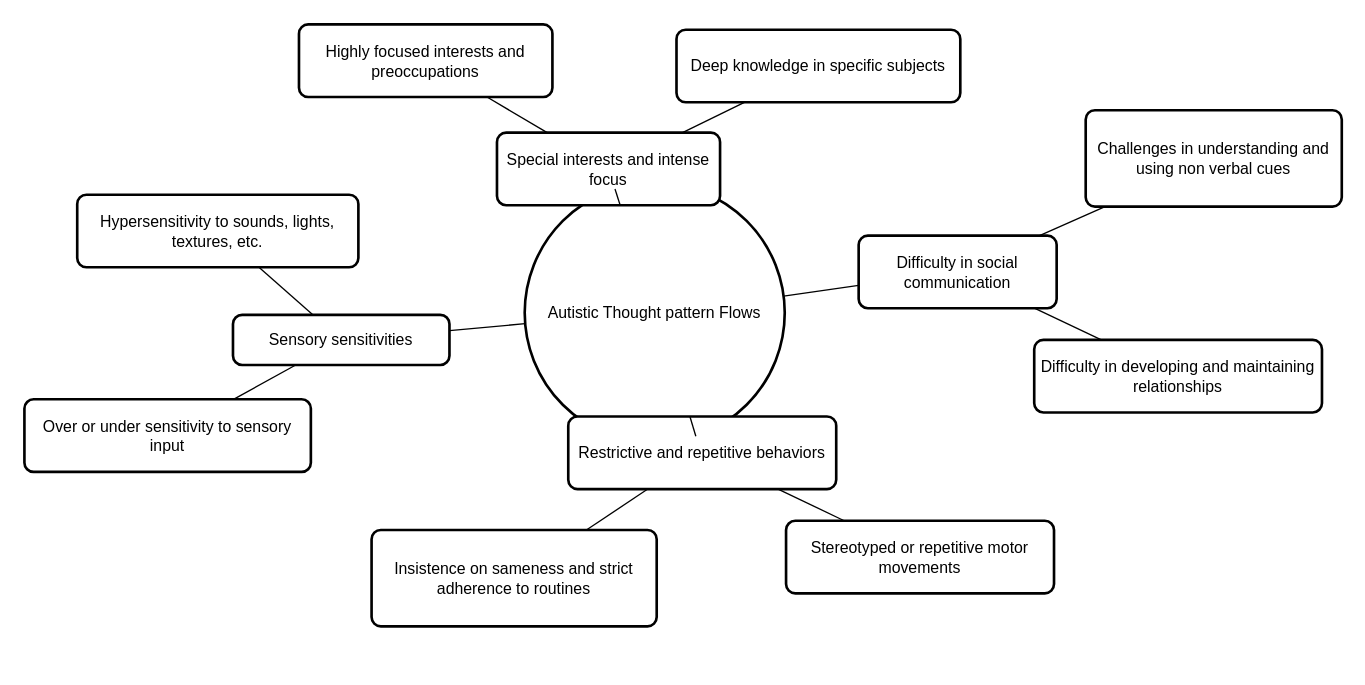
James-Tye/james-tye keeps this draw.io diagram as AutisticThoughts.drawio. Above is the earlier version. Source tidied: cells renumbered, new cells numbered last; positions are measured from the earlier drawing's top-left corner, leaving out a move shared by most shapes. Both pictures are drawn from the tidied source at 132%, with x=0, y=0 at pixel (24, 24).
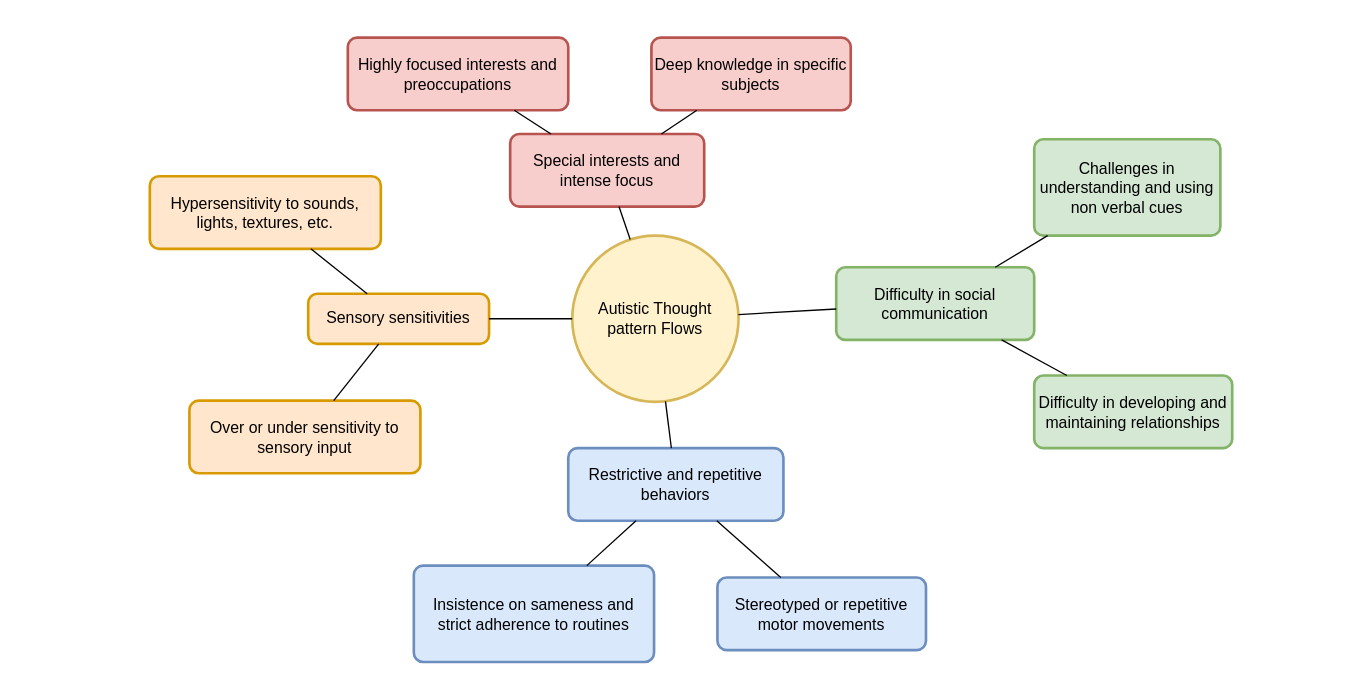
The same diagram, later.

Change to the diagram source:
```diff
@@
-    <mxCell id="2" value="Autistic Thought pattern Flows" style="ellipse;strokeWidth=2;whiteSpace=wrap;" parent="1" vertex="1">
-      <mxGeometry x="379" y="120" width="197" height="197" as="geometry" />
+    <mxCell id="2" value="Autistic Thought pattern Flows" style="ellipse;strokeWidth=2;whiteSpace=wrap;fillColor=#fff2cc;strokeColor=#d6b656;" parent="1" vertex="1">
+      <mxGeometry x="415" y="160" width="126" height="126" as="geometry" />
     </mxCell>
-    <mxCell id="3" value="Difficulty in social communication" style="rounded=1;absoluteArcSize=1;arcSize=14;whiteSpace=wrap;strokeWidth=2;" parent="1" vertex="1">
-      <mxGeometry x="632" y="160" width="150" height="55" as="geometry" />
+    <mxCell id="3" value="Difficulty in social communication" style="rounded=1;absoluteArcSize=1;arcSize=14;whiteSpace=wrap;strokeWidth=2;fillColor=#d5e8d4;strokeColor=#82b366;" parent="1" vertex="1">
+      <mxGeometry x="615" y="184" width="150" height="55" as="geometry" />
     </mxCell>
-    <mxCell id="4" value="Challenges in understanding and using non verbal cues" style="rounded=1;absoluteArcSize=1;arcSize=14;whiteSpace=wrap;strokeWidth=2;" parent="1" vertex="1">
-      <mxGeometry x="804" y="65" width="194" height="73" as="geometry" />
+    <mxCell id="4" value="Challenges in understanding and using non verbal cues" style="rounded=1;absoluteArcSize=1;arcSize=14;whiteSpace=wrap;strokeWidth=2;fillColor=#d5e8d4;strokeColor=#82b366;" parent="1" vertex="1">
+      <mxGeometry x="765" y="87" width="141" height="73" as="geometry" />
     </mxCell>
-    <mxCell id="5" value="Difficulty in developing and maintaining relationships" style="rounded=1;absoluteArcSize=1;arcSize=14;whiteSpace=wrap;strokeWidth=2;" parent="1" vertex="1">
-      <mxGeometry x="765" y="239" width="218" height="55" as="geometry" />
+    <mxCell id="5" value="Difficulty in developing and maintaining relationships" style="rounded=1;absoluteArcSize=1;arcSize=14;whiteSpace=wrap;strokeWidth=2;fillColor=#d5e8d4;strokeColor=#82b366;" parent="1" vertex="1">
+      <mxGeometry x="765" y="266" width="150" height="55" as="geometry" />
     </mxCell>
-    <mxCell id="6" value="Restrictive and repetitive behaviors" style="rounded=1;absoluteArcSize=1;arcSize=14;whiteSpace=wrap;strokeWidth=2;" parent="1" vertex="1">
-      <mxGeometry x="412" y="297" width="203" height="55" as="geometry" />
+    <mxCell id="6" value="Restrictive and repetitive behaviors" style="rounded=1;absoluteArcSize=1;arcSize=14;whiteSpace=wrap;strokeWidth=2;fillColor=#dae8fc;strokeColor=#6c8ebf;" parent="1" vertex="1">
+      <mxGeometry x="412" y="321" width="163" height="55" as="geometry" />
     </mxCell>
-    <mxCell id="7" value="Stereotyped or repetitive motor movements" style="rounded=1;absoluteArcSize=1;arcSize=14;whiteSpace=wrap;strokeWidth=2;" parent="1" vertex="1">
-      <mxGeometry x="577" y="376" width="203" height="55" as="geometry" />
+    <mxCell id="7" value="Stereotyped or repetitive motor movements" style="rounded=1;absoluteArcSize=1;arcSize=14;whiteSpace=wrap;strokeWidth=2;fillColor=#dae8fc;strokeColor=#6c8ebf;" parent="1" vertex="1">
+      <mxGeometry x="525" y="419" width="158" height="55" as="geometry" />
     </mxCell>
-    <mxCell id="8" value="Insistence on sameness and strict adherence to routines" style="rounded=1;absoluteArcSize=1;arcSize=14;whiteSpace=wrap;strokeWidth=2;" parent="1" vertex="1">
-      <mxGeometry x="263" y="383" width="216" height="73" as="geometry" />
+    <mxCell id="8" value="Insistence on sameness and strict adherence to routines" style="rounded=1;absoluteArcSize=1;arcSize=14;whiteSpace=wrap;strokeWidth=2;fillColor=#dae8fc;strokeColor=#6c8ebf;" parent="1" vertex="1">
+      <mxGeometry x="295" y="410" width="182" height="73" as="geometry" />
     </mxCell>
-    <mxCell id="9" value="Sensory sensitivities" style="rounded=1;absoluteArcSize=1;arcSize=14;whiteSpace=wrap;strokeWidth=2;" parent="1" vertex="1">
-      <mxGeometry x="158" y="220" width="164" height="38" as="geometry" />
+    <mxCell id="9" value="Sensory sensitivities" style="rounded=1;absoluteArcSize=1;arcSize=14;whiteSpace=wrap;strokeWidth=2;fillColor=#ffe6cc;strokeColor=#d79b00;" parent="1" vertex="1">
+      <mxGeometry x="215" y="204" width="137" height="38" as="geometry" />
     </mxCell>
-    <mxCell id="10" value="Over or under sensitivity to sensory input" style="rounded=1;absoluteArcSize=1;arcSize=14;whiteSpace=wrap;strokeWidth=2;" parent="1" vertex="1">
-      <mxGeometry y="284" width="217" height="55" as="geometry" />
+    <mxCell id="10" value="Over or under sensitivity to sensory input" style="rounded=1;absoluteArcSize=1;arcSize=14;whiteSpace=wrap;strokeWidth=2;fillColor=#ffe6cc;strokeColor=#d79b00;" parent="1" vertex="1">
+      <mxGeometry x="125" y="285" width="175" height="55" as="geometry" />
     </mxCell>
-    <mxCell id="11" value="Hypersensitivity to sounds, lights, textures, etc." style="rounded=1;absoluteArcSize=1;arcSize=14;whiteSpace=wrap;strokeWidth=2;" parent="1" vertex="1">
-      <mxGeometry x="40" y="129" width="213" height="55" as="geometry" />
+    <mxCell id="11" value="Hypersensitivity to sounds, lights, textures, etc." style="rounded=1;absoluteArcSize=1;arcSize=14;whiteSpace=wrap;strokeWidth=2;fillColor=#ffe6cc;strokeColor=#d79b00;" parent="1" vertex="1">
+      <mxGeometry x="95" y="115" width="175" height="55" as="geometry" />
     </mxCell>
-    <mxCell id="12" value="Special interests and intense focus" style="rounded=1;absoluteArcSize=1;arcSize=14;whiteSpace=wrap;strokeWidth=2;" parent="1" vertex="1">
-      <mxGeometry x="358" y="82" width="169" height="55" as="geometry" />
+    <mxCell id="12" value="Special interests and intense focus" style="rounded=1;absoluteArcSize=1;arcSize=14;whiteSpace=wrap;strokeWidth=2;fillColor=#f8cecc;strokeColor=#b85450;" parent="1" vertex="1">
+      <mxGeometry x="368" y="83" width="147" height="55" as="geometry" />
     </mxCell>
-    <mxCell id="13" value="Highly focused interests and preoccupations" style="rounded=1;absoluteArcSize=1;arcSize=14;whiteSpace=wrap;strokeWidth=2;" parent="1" vertex="1">
-      <mxGeometry x="208" width="192" height="55" as="geometry" />
+    <mxCell id="13" value="Highly focused interests and preoccupations" style="rounded=1;absoluteArcSize=1;arcSize=14;whiteSpace=wrap;strokeWidth=2;fillColor=#f8cecc;strokeColor=#b85450;" parent="1" vertex="1">
+      <mxGeometry x="245" y="10" width="167" height="55" as="geometry" />
     </mxCell>
-    <mxCell id="14" value="Deep knowledge in specific subjects" style="rounded=1;absoluteArcSize=1;arcSize=14;whiteSpace=wrap;strokeWidth=2;" parent="1" vertex="1">
-      <mxGeometry x="494" y="4" width="215" height="55" as="geometry" />
+    <mxCell id="14" value="Deep knowledge in specific subjects" style="rounded=1;absoluteArcSize=1;arcSize=14;whiteSpace=wrap;strokeWidth=2;fillColor=#f8cecc;strokeColor=#b85450;" parent="1" vertex="1">
+      <mxGeometry x="475" y="10" width="151" height="55" as="geometry" />
     </mxCell>
```
